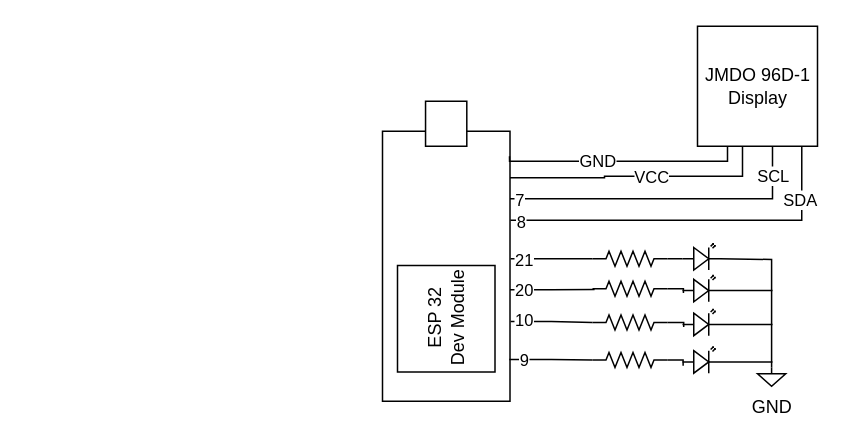
devshehan6/RADIO-COM-GAME-CONTROLLER keeps this draw.io diagram as data/diagram.drawio. Above is the earlier version. Source tidied: cells renumbered, new cells numbered last; positions are measured from the earlier drawing's top-left corner, leaving out a move shared by most shapes. Both pictures are drawn from the tidied source at 150%, with x=0, y=0 at pixel (310, 26).
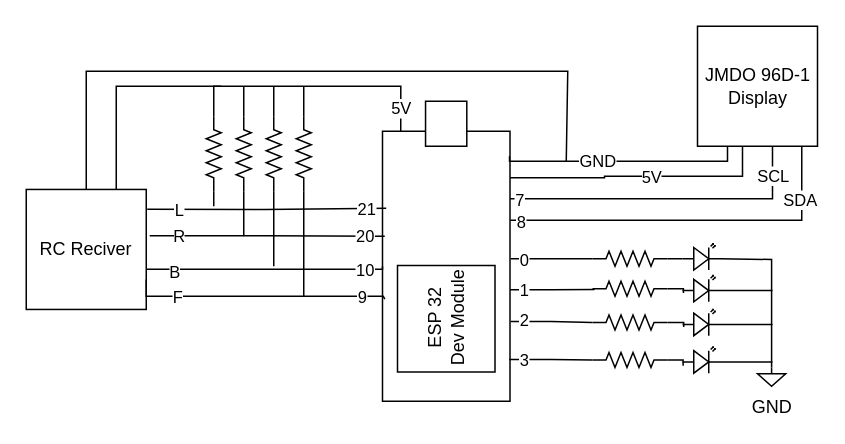
After the change.

Unchanged cells that the change refers to:
```xml
<mxCell id="8" style="edgeStyle=orthogonalEdgeStyle;rounded=0;jettySize=auto;html=1;entryX=0.028;entryY=0.558;entryDx=0;entryDy=0;entryPerimeter=0;exitX=0.587;exitY=0.013;exitDx=0;exitDy=0;exitPerimeter=0;endArrow=none;endFill=0;" parent="1" edge="1" source="10" target="15">
  <mxGeometry relative="1" as="geometry" />
</mxCell>
<mxCell id="10" style="rounded=0;whiteSpace=wrap;html=1;rotation=90;" parent="1" vertex="1">
  <mxGeometry y="117.5" width="180" height="85" as="geometry" />
</mxCell>
<mxCell id="18" style="edgeStyle=orthogonalEdgeStyle;rounded=0;jettySize=auto;html=1;exitX=0.472;exitY=-0.005;exitDx=0;exitDy=0;entryX=0;entryY=0.5;entryDx=0;entryDy=0;entryPerimeter=0;exitPerimeter=0;endArrow=none;endFill=0;" parent="1" edge="1" source="10" target="14">
  <mxGeometry relative="1" as="geometry" />
</mxCell>
<mxCell id="20" style="edgeStyle=orthogonalEdgeStyle;rounded=0;jettySize=auto;html=1;exitX=0.705;exitY=-0.005;exitDx=0;exitDy=0;entryX=0;entryY=0.5;entryDx=0;entryDy=0;entryPerimeter=0;exitPerimeter=0;endArrow=none;endFill=0;" parent="1" edge="1" source="10" target="16">
  <mxGeometry relative="1" as="geometry" />
</mxCell>
<mxCell id="22" style="edgeStyle=orthogonalEdgeStyle;rounded=0;jettySize=auto;html=1;entryX=0;entryY=0.5;entryDx=0;entryDy=0;entryPerimeter=0;exitX=0.845;exitY=0.006;exitDx=0;exitDy=0;exitPerimeter=0;endArrow=none;endFill=0;" parent="1" edge="1" source="10" target="17">
  <mxGeometry relative="1" as="geometry" />
</mxCell>
<mxCell id="39" style="edgeStyle=orthogonalEdgeStyle;rounded=0;jettySize=auto;html=1;entryX=0.172;entryY=0;entryDx=0;entryDy=0;entryPerimeter=0;endArrow=none;endFill=0;" parent="1" edge="1" source="12" target="10">
  <mxGeometry relative="1" as="geometry">
    <Array as="points">
      <mxPoint x="287.5" y="100" />
      <mxPoint x="195.5" y="100" />
      <mxPoint x="195.5" y="101" />
    </Array>
  </mxGeometry>
</mxCell>
```

The edit, as a diff of the source:
```diff
@@
-    <mxCell id="9" value="20" style="edgeLabel;html=1;align=center;verticalAlign=middle;" parent="8" vertex="1">
+    <mxCell id="9" value="1" style="edgeLabel;html=1;align=center;verticalAlign=middle;" parent="8" vertex="1">
       <mxGeometry x="-0.65" relative="1" as="geometry" />
     </mxCell>
@@
-    <mxCell id="19" value="21" style="edgeLabel;html=1;align=center;verticalAlign=middle;" parent="18" vertex="1">
+    <mxCell id="19" value="0" style="edgeLabel;html=1;align=center;verticalAlign=middle;" parent="18" vertex="1">
       <mxGeometry x="-0.67" y="-1" relative="1" as="geometry" />
     </mxCell>
@@
-    <mxCell id="21" value="10" style="edgeLabel;html=1;align=center;verticalAlign=middle;" parent="20" vertex="1">
+    <mxCell id="21" value="2" style="edgeLabel;html=1;align=center;verticalAlign=middle;" parent="20" vertex="1">
       <mxGeometry x="-0.67" y="1" relative="1" as="geometry" />
     </mxCell>
@@
-    <mxCell id="23" value="9" style="edgeLabel;html=1;align=center;verticalAlign=middle;" parent="22" vertex="1">
+    <mxCell id="23" value="3" style="edgeLabel;html=1;align=center;verticalAlign=middle;" parent="22" vertex="1">
       <mxGeometry x="-0.64" relative="1" as="geometry" />
     </mxCell>
@@
-    <mxCell id="40" value="VCC" style="edgeLabel;html=1;align=center;verticalAlign=middle;" parent="39" vertex="1">
+    <mxCell id="40" value="5V" style="edgeLabel;html=1;align=center;verticalAlign=middle;" parent="39" vertex="1">
       <mxGeometry x="-0.08" relative="1" as="geometry" />
     </mxCell>
+    <mxCell id="41" style="edgeStyle=orthogonalEdgeStyle;rounded=0;jettySize=auto;html=1;exitX=0.75;exitY=0;exitDx=0;exitDy=0;endArrow=none;endFill=0;" parent="1" edge="1" source="43">
+      <mxGeometry relative="1" as="geometry">
+        <mxPoint x="-60" y="40" as="targetPoint" />
+        <Array as="points">
+          <mxPoint x="-130" y="40" />
+        </Array>
+      </mxGeometry>
+    </mxCell>
+    <mxCell id="42" style="edgeStyle=orthogonalEdgeStyle;rounded=0;jettySize=auto;html=1;exitX=0.5;exitY=0;exitDx=0;exitDy=0;endArrow=none;endFill=0;" parent="1" edge="1" source="43">
+      <mxGeometry relative="1" as="geometry">
+        <mxPoint x="170" y="90" as="targetPoint" />
+        <Array as="points">
+          <mxPoint x="-150" y="30" />
+          <mxPoint x="171" y="30" />
+          <mxPoint x="171" y="90" />
+        </Array>
+      </mxGeometry>
+    </mxCell>
+    <mxCell id="43" value="RC Reciver" style="whiteSpace=wrap;html=1;" parent="1" vertex="1">
+      <mxGeometry x="-190" y="108.8" width="80" height="80" as="geometry" />
+    </mxCell>
+    <mxCell id="44" style="edgeStyle=orthogonalEdgeStyle;rounded=0;jettySize=auto;html=1;exitX=1.008;exitY=0.166;exitDx=0;exitDy=0;entryX=0.285;entryY=0.971;entryDx=0;entryDy=0;entryPerimeter=0;exitPerimeter=0;endArrow=none;endFill=0;" parent="1" edge="1" source="43" target="10">
+      <mxGeometry relative="1" as="geometry" />
+    </mxCell>
+    <mxCell id="45" value="L" style="edgeLabel;html=1;align=center;verticalAlign=middle;" parent="44" vertex="1">
+      <mxGeometry x="-0.74" relative="1" as="geometry" />
+    </mxCell>
+    <mxCell id="46" value="21" style="edgeLabel;html=1;align=center;verticalAlign=middle;" parent="44" vertex="1">
+      <mxGeometry x="0.83" relative="1" as="geometry" />
+    </mxCell>
+    <mxCell id="47" style="edgeStyle=orthogonalEdgeStyle;rounded=0;jettySize=auto;html=1;exitX=1.029;exitY=0.386;exitDx=0;exitDy=0;exitPerimeter=0;endArrow=none;endFill=0;" parent="1" edge="1" source="43">
+      <mxGeometry relative="1" as="geometry">
+        <mxPoint x="49" y="140" as="targetPoint" />
+        <Array as="points">
+          <mxPoint x="-29" y="140" />
+        </Array>
+      </mxGeometry>
+    </mxCell>
+    <mxCell id="48" value="R" style="edgeLabel;html=1;align=center;verticalAlign=middle;" parent="47" vertex="1">
+      <mxGeometry x="-0.76" relative="1" as="geometry" />
+    </mxCell>
+    <mxCell id="49" value="20" style="edgeLabel;html=1;align=center;verticalAlign=middle;" parent="47" vertex="1">
+      <mxGeometry x="0.83" relative="1" as="geometry" />
+    </mxCell>
+    <mxCell id="50" style="edgeStyle=orthogonalEdgeStyle;rounded=0;jettySize=auto;html=1;entryX=0.5;entryY=1;entryDx=0;entryDy=0;endArrow=none;endFill=0;" parent="1" edge="1" target="10">
+      <mxGeometry relative="1" as="geometry">
+        <mxPoint x="-110" y="162" as="sourcePoint" />
+        <Array as="points">
+          <mxPoint x="48" y="162" />
+        </Array>
+      </mxGeometry>
+    </mxCell>
+    <mxCell id="51" value="B" style="edgeLabel;html=1;align=center;verticalAlign=middle;" parent="50" vertex="1">
+      <mxGeometry x="-0.77" y="-1" relative="1" as="geometry" />
+    </mxCell>
+    <mxCell id="52" value="10" style="edgeLabel;html=1;align=center;verticalAlign=middle;" parent="50" vertex="1">
+      <mxGeometry x="0.82" relative="1" as="geometry" />
+    </mxCell>
+    <mxCell id="53" style="edgeStyle=orthogonalEdgeStyle;rounded=0;jettySize=auto;html=1;exitX=1;exitY=0.75;exitDx=0;exitDy=0;entryX=0.622;entryY=0.982;entryDx=0;entryDy=0;entryPerimeter=0;endArrow=none;endFill=0;" parent="1" edge="1" source="43" target="10">
+      <mxGeometry relative="1" as="geometry">
+        <Array as="points">
+          <mxPoint x="-110" y="180" />
+          <mxPoint x="48" y="180" />
+          <mxPoint x="48" y="182" />
+        </Array>
+      </mxGeometry>
+    </mxCell>
+    <mxCell id="54" value="F" style="edgeLabel;html=1;align=center;verticalAlign=middle;" parent="53" vertex="1">
+      <mxGeometry x="-0.63" relative="1" as="geometry" />
+    </mxCell>
+    <mxCell id="55" value="9" style="edgeLabel;html=1;align=center;verticalAlign=middle;" parent="53" vertex="1">
+      <mxGeometry x="0.81" relative="1" as="geometry" />
+    </mxCell>
+    <mxCell id="56" style="edgeStyle=orthogonalEdgeStyle;rounded=0;jettySize=auto;html=1;exitX=0;exitY=0.5;exitDx=0;exitDy=0;exitPerimeter=0;endArrow=none;endFill=0;" parent="1" edge="1" source="57">
+      <mxGeometry relative="1" as="geometry">
+        <mxPoint x="-65" y="120" as="targetPoint" />
+      </mxGeometry>
+    </mxCell>
+    <mxCell id="57" style="verticalLabelPosition=bottom;shadow=0;dashed=0;align=center;html=1;verticalAlign=top;shape=mxgraph.electrical.resistors.resistor_2;rotation=-90;" parent="1" vertex="1">
+      <mxGeometry x="-90" y="80" width="50" height="10" as="geometry" />
+    </mxCell>
+    <mxCell id="58" style="edgeStyle=orthogonalEdgeStyle;rounded=0;jettySize=auto;html=1;exitX=0;exitY=0.5;exitDx=0;exitDy=0;exitPerimeter=0;endArrow=none;endFill=0;" parent="1" edge="1" source="60">
+      <mxGeometry relative="1" as="geometry">
+        <mxPoint x="-45" y="140" as="targetPoint" />
+      </mxGeometry>
+    </mxCell>
+    <mxCell id="59" style="edgeStyle=orthogonalEdgeStyle;rounded=0;jettySize=auto;html=1;exitX=1;exitY=0.5;exitDx=0;exitDy=0;exitPerimeter=0;endArrow=none;endFill=0;" parent="1" edge="1" source="60">
+      <mxGeometry relative="1" as="geometry">
+        <mxPoint x="-45" y="40" as="targetPoint" />
+      </mxGeometry>
+    </mxCell>
+    <mxCell id="60" style="verticalLabelPosition=bottom;shadow=0;dashed=0;align=center;html=1;verticalAlign=top;shape=mxgraph.electrical.resistors.resistor_2;rotation=-90;" parent="1" vertex="1">
+      <mxGeometry x="-70" y="80" width="50" height="10" as="geometry" />
+    </mxCell>
+    <mxCell id="61" style="edgeStyle=orthogonalEdgeStyle;rounded=0;jettySize=auto;html=1;exitX=0;exitY=0.5;exitDx=0;exitDy=0;exitPerimeter=0;endArrow=none;endFill=0;" parent="1" edge="1" source="63">
+      <mxGeometry relative="1" as="geometry">
+        <mxPoint x="-25" y="160" as="targetPoint" />
+      </mxGeometry>
+    </mxCell>
+    <mxCell id="62" style="edgeStyle=orthogonalEdgeStyle;rounded=0;jettySize=auto;html=1;exitX=1;exitY=0.5;exitDx=0;exitDy=0;exitPerimeter=0;endArrow=none;endFill=0;" parent="1" edge="1" source="63">
+      <mxGeometry relative="1" as="geometry">
+        <mxPoint x="-25" y="40" as="targetPoint" />
+      </mxGeometry>
+    </mxCell>
+    <mxCell id="63" style="verticalLabelPosition=bottom;shadow=0;dashed=0;align=center;html=1;verticalAlign=top;shape=mxgraph.electrical.resistors.resistor_2;rotation=-90;" parent="1" vertex="1">
+      <mxGeometry x="-50" y="80" width="50" height="10" as="geometry" />
+    </mxCell>
+    <mxCell id="64" style="edgeStyle=orthogonalEdgeStyle;rounded=0;jettySize=auto;html=1;exitX=0;exitY=0.5;exitDx=0;exitDy=0;exitPerimeter=0;endArrow=none;endFill=0;" parent="1" edge="1" source="66">
+      <mxGeometry relative="1" as="geometry">
+        <mxPoint x="-5" y="180" as="targetPoint" />
+      </mxGeometry>
+    </mxCell>
+    <mxCell id="65" style="edgeStyle=orthogonalEdgeStyle;rounded=0;jettySize=auto;html=1;exitX=1;exitY=0.5;exitDx=0;exitDy=0;exitPerimeter=0;endArrow=none;endFill=0;" parent="1" edge="1" source="66">
+      <mxGeometry relative="1" as="geometry">
+        <mxPoint x="-5" y="40" as="targetPoint" />
+      </mxGeometry>
+    </mxCell>
+    <mxCell id="66" style="verticalLabelPosition=bottom;shadow=0;dashed=0;align=center;html=1;verticalAlign=top;shape=mxgraph.electrical.resistors.resistor_2;rotation=-90;" parent="1" vertex="1">
+      <mxGeometry x="-30" y="80" width="50" height="10" as="geometry" />
+    </mxCell>
+    <mxCell id="67" style="edgeStyle=orthogonalEdgeStyle;rounded=0;jettySize=auto;html=1;exitX=1;exitY=0.5;exitDx=0;exitDy=0;exitPerimeter=0;entryX=0;entryY=0.857;entryDx=0;entryDy=0;entryPerimeter=0;endArrow=none;endFill=0;" parent="1" edge="1" source="57" target="10">
+      <mxGeometry relative="1" as="geometry" />
+    </mxCell>
+    <mxCell id="68" value="5V" style="edgeLabel;html=1;align=center;verticalAlign=middle;" parent="67" vertex="1">
+      <mxGeometry x="0.82" relative="1" as="geometry" />
+    </mxCell>
```
